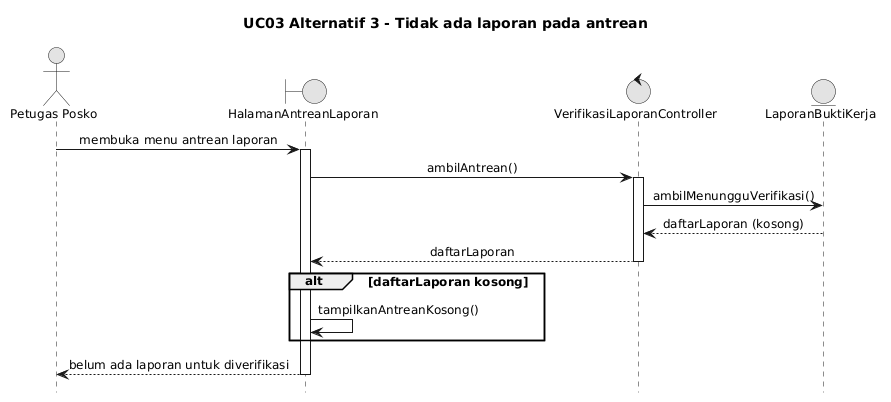
Before: docs/M8/assets/diagram/sequence-diagram-03-alt3.png, a diagram exported from PlantUML (Levvroy/IF2150-RPL-K01-G08). The source it was exported from:
```plantuml
@startuml
skinparam monochrome true
skinparam shadowing false
skinparam defaultFontName Arial
skinparam defaultFontSize 12
skinparam sequenceMessageAlign center
skinparam responseMessageBelowArrow true

hide footbox
title UC03 Alternatif 3 - Tidak ada laporan pada antrean
actor "Petugas Posko" as P
boundary HalamanAntreanLaporan as V
control VerifikasiLaporanController as C
entity LaporanBuktiKerja as B

P -> V : membuka menu antrean laporan
activate V
V -> C : ambilAntrean()
activate C
C -> B : ambilMenungguVerifikasi()
B --> C : daftarLaporan (kosong)
C --> V : daftarLaporan
deactivate C
alt daftarLaporan kosong
  V -> V : tampilkanAntreanKosong()
end
V --> P : belum ada laporan untuk diverifikasi
deactivate V
@enduml
```
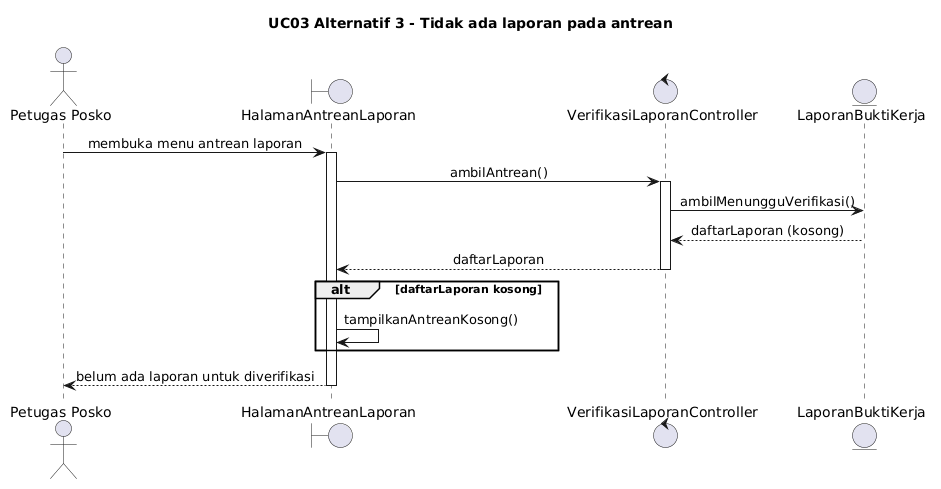
The same diagram one commit later.

Commit message:
docs: perbarui diagram kelas dan sequence UC03

The edit, as a diff of the source:
```diff
@@ -1,29 +1,25 @@
 @startuml
-skinparam monochrome true
+title UC03 Alternatif 3 - Tidak ada laporan pada antrean
+
 skinparam shadowing false
-skinparam defaultFontName Arial
-skinparam defaultFontSize 12
 skinparam sequenceMessageAlign center
-skinparam responseMessageBelowArrow true
 
-hide footbox
-title UC03 Alternatif 3 - Tidak ada laporan pada antrean
-actor "Petugas Posko" as P
-boundary HalamanAntreanLaporan as V
-control VerifikasiLaporanController as C
-entity LaporanBuktiKerja as B
+actor "Petugas Posko" as Petugas
+boundary HalamanAntreanLaporan as Halaman
+control VerifikasiLaporanController as Controller
+entity LaporanBuktiKerja as Laporan
 
-P -> V : membuka menu antrean laporan
-activate V
-V -> C : ambilAntrean()
-activate C
-C -> B : ambilMenungguVerifikasi()
-B --> C : daftarLaporan (kosong)
-C --> V : daftarLaporan
-deactivate C
+Petugas -> Halaman : membuka menu antrean laporan
+activate Halaman
+Halaman -> Controller : ambilAntrean()
+activate Controller
+Controller -> Laporan : ambilMenungguVerifikasi()
+Laporan --> Controller : daftarLaporan (kosong)
+Controller --> Halaman : daftarLaporan
+deactivate Controller
 alt daftarLaporan kosong
-  V -> V : tampilkanAntreanKosong()
+  Halaman -> Halaman : tampilkanAntreanKosong()
 end
-V --> P : belum ada laporan untuk diverifikasi
-deactivate V
+Halaman --> Petugas : belum ada laporan untuk diverifikasi
+deactivate Halaman
 @enduml
```
